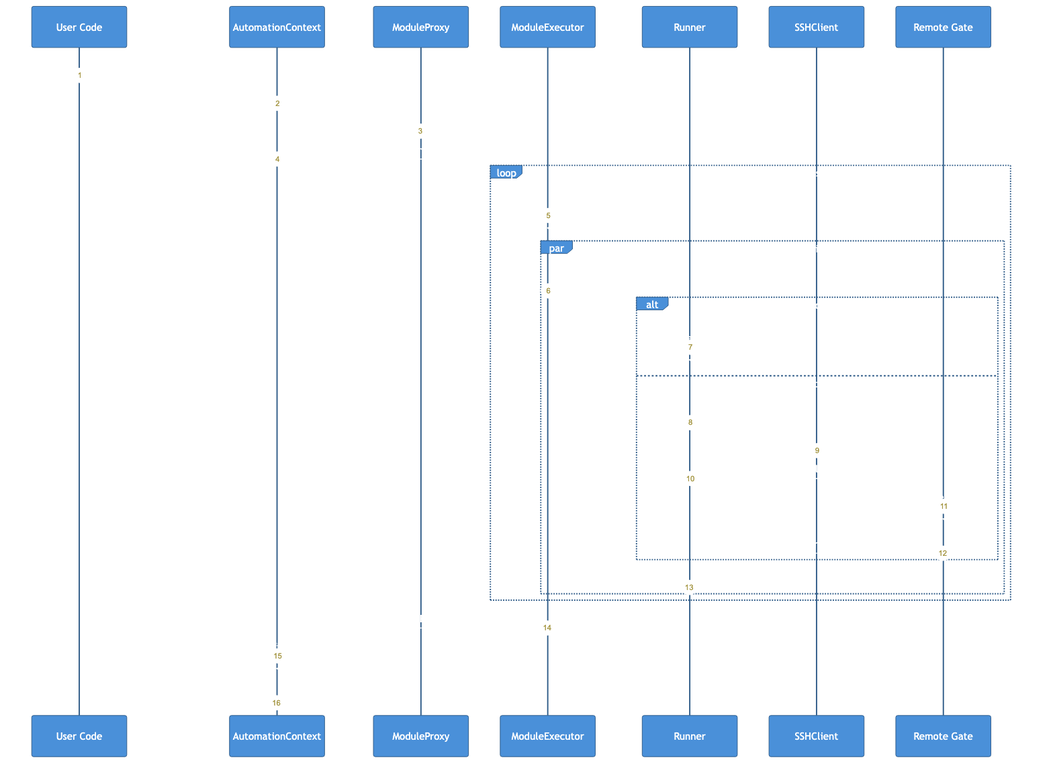
Before: docs/diagrams/execution-flow.png, a diagram exported from Mermaid (benthomasson/go-ftl2). Its source is kept beside it as docs/diagrams/execution-flow.mmd.
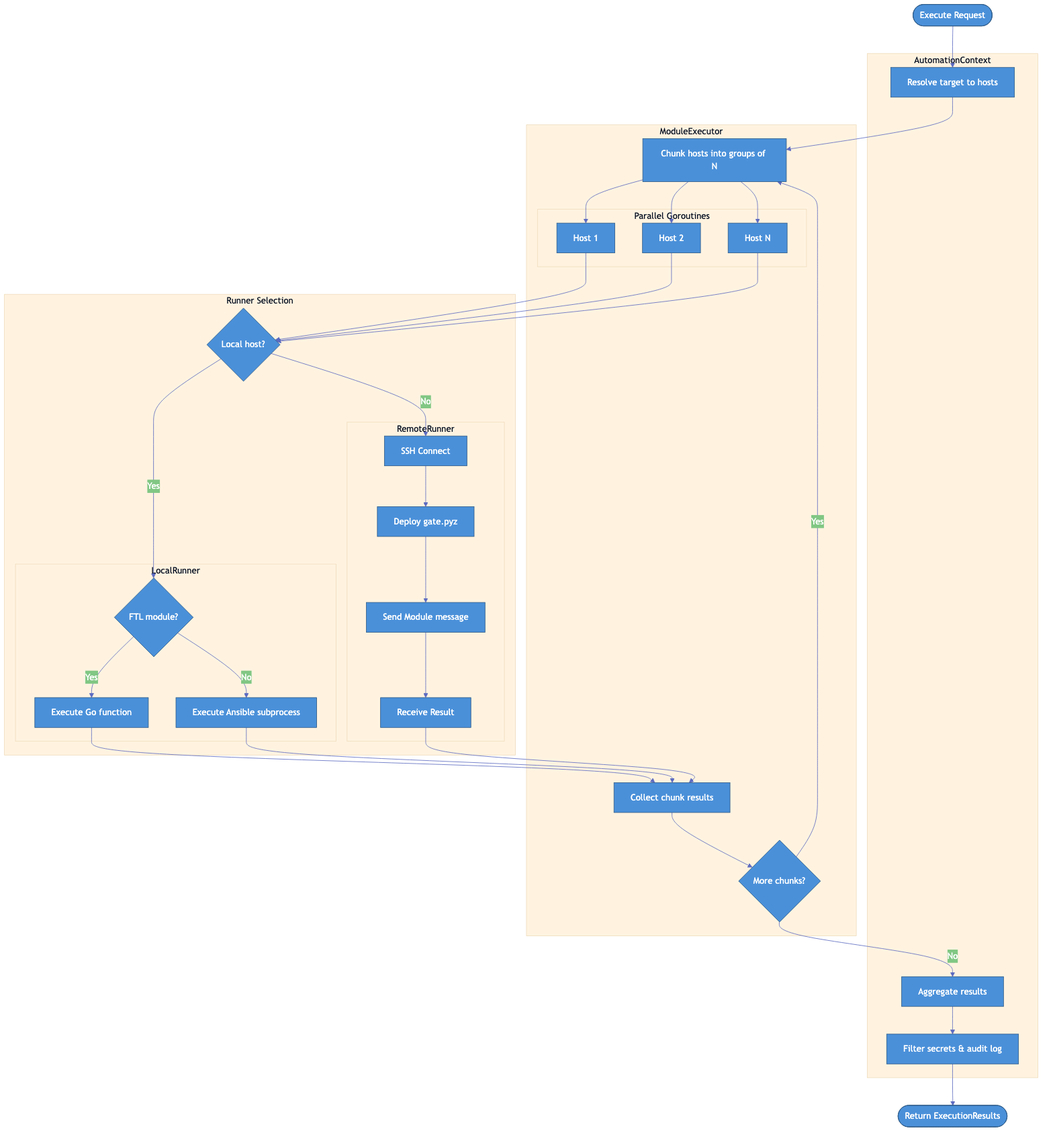
After the change.

Commit message:
Redesign execution-flow diagram as flowchart

Replace cramped sequence diagram with a clearer flowchart showing
the chunking loop, parallel goroutines, and local/remote runner paths.

Diff of the diagram source:
```diff
@@ -1,40 +1,67 @@
 %%{init: {'theme': 'base', 'themeVariables': { 'primaryColor': '#4a90d9', 'primaryTextColor': '#fff', 'primaryBorderColor': '#2d5a87', 'lineColor': '#5c6bc0', 'secondaryColor': '#81c784', 'tertiaryColor': '#fff3e0'}}}%%
-sequenceDiagram
-    autonumber
-    participant User as User Code
-    participant Ctx as AutomationContext
-    participant Proxy as ModuleProxy
-    participant Exec as ModuleExecutor
-    participant Runner as Runner
-    participant SSH as SSHClient
-    participant Gate as Remote Gate
+flowchart TD
+    start([Execute Request])
 
-    User->>Ctx: ftl.Execute("webservers", "dnf", args)
-    Ctx->>Proxy: Resolve hosts & module
-    Proxy-->>Ctx: []Host, ModuleConfig
+    subgraph context["AutomationContext"]
+        resolve[Resolve target to hosts]
+        aggregate[Aggregate results]
+        audit[Filter secrets & audit log]
+    end
 
-    Ctx->>Exec: Execute(hosts, module, args)
+    subgraph executor["ModuleExecutor"]
+        chunk[Chunk hosts into groups of N]
 
-    loop For each chunk of hosts
-        Exec->>Exec: Chunk hosts (default: 10)
+        subgraph parallel["Parallel Goroutines"]
+            g1[Host 1]
+            g2[Host 2]
+            g3[Host N]
+        end
 
-        par Parallel execution
-            Exec->>Runner: Run(host, module, args)
+        collect[Collect chunk results]
+        next{More chunks?}
+    end
 
-            alt Local host
-                Runner->>Runner: Execute locally
-            else Remote host
-                Runner->>SSH: Connect(host)
-                SSH->>Gate: Deploy gate.pyz
-                Runner->>Gate: Send Module message
-                Gate->>Gate: Execute module
-                Gate-->>Runner: Result message
-            end
+    subgraph runners["Runner Selection"]
+        islocal{Local host?}
 
-            Runner-->>Exec: ModuleResult
+        subgraph local["LocalRunner"]
+            ftlcheck{FTL module?}
+            ftlexec[Execute Go function]
+            ansible[Execute Ansible subprocess]
+        end
+
+        subgraph remote["RemoteRunner"]
+            connect[SSH Connect]
+            deploy[Deploy gate.pyz]
+            send[Send Module message]
+            receive[Receive Result]
         end
     end
 
-    Exec-->>Ctx: ExecutionResults
-    Ctx->>Ctx: Log audit, filter secrets
-    Ctx-->>User: Results
+    result([Return ExecutionResults])
+
+    start --> resolve
+    resolve --> chunk
+    chunk --> g1 & g2 & g3
+    g1 & g2 & g3 --> islocal
+
+    islocal -->|Yes| ftlcheck
+    islocal -->|No| connect
+
+    ftlcheck -->|Yes| ftlexec
+    ftlcheck -->|No| ansible
+
+    connect --> deploy
+    deploy --> send
+    send --> receive
+
+    ftlexec --> collect
+    ansible --> collect
+    receive --> collect
+
+    collect --> next
+    next -->|Yes| chunk
+    next -->|No| aggregate
+
+    aggregate --> audit
+    audit --> result
```
